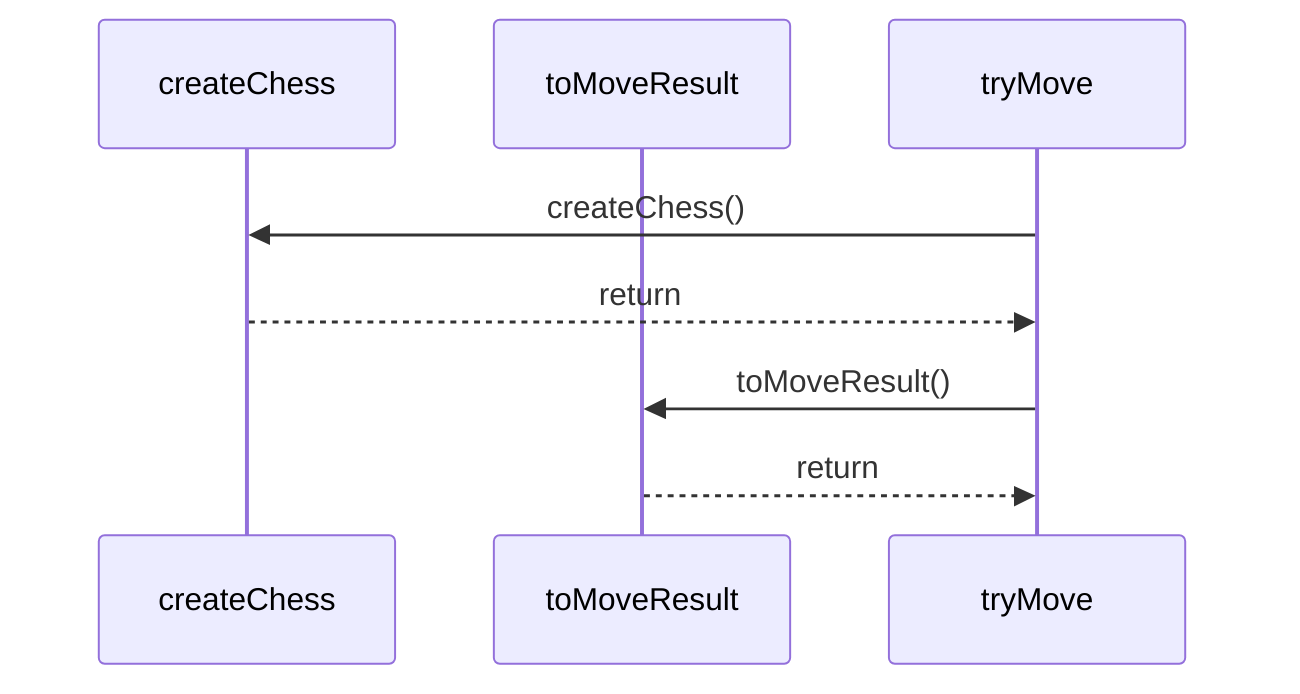
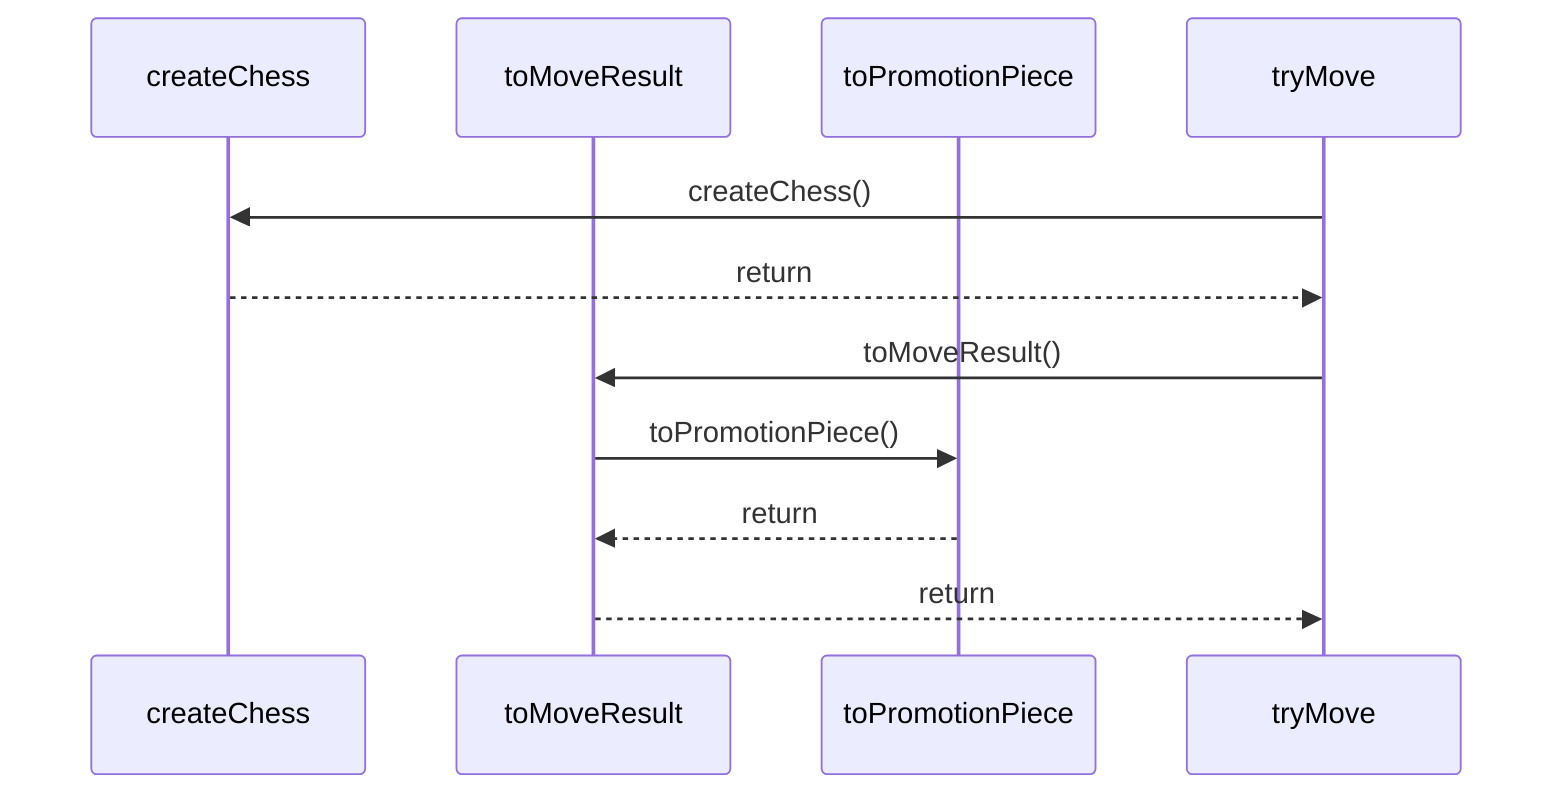
sequenceDiagram
  participant participant_createChess as createChess
  participant participant_toMoveResult as toMoveResult
+   participant participant_toPromotionPiece as toPromotionPiece
  participant participant_tryMove as tryMove
  participant_tryMove->>participant_createChess: createChess()
  participant_createChess-->>participant_tryMove: return
  participant_tryMove->>participant_toMoveResult: toMoveResult()
+   participant_toMoveResult->>participant_toPromotionPiece: toPromotionPiece()
+   participant_toPromotionPiece-->>participant_toMoveResult: return
  participant_toMoveResult-->>participant_tryMove: return
